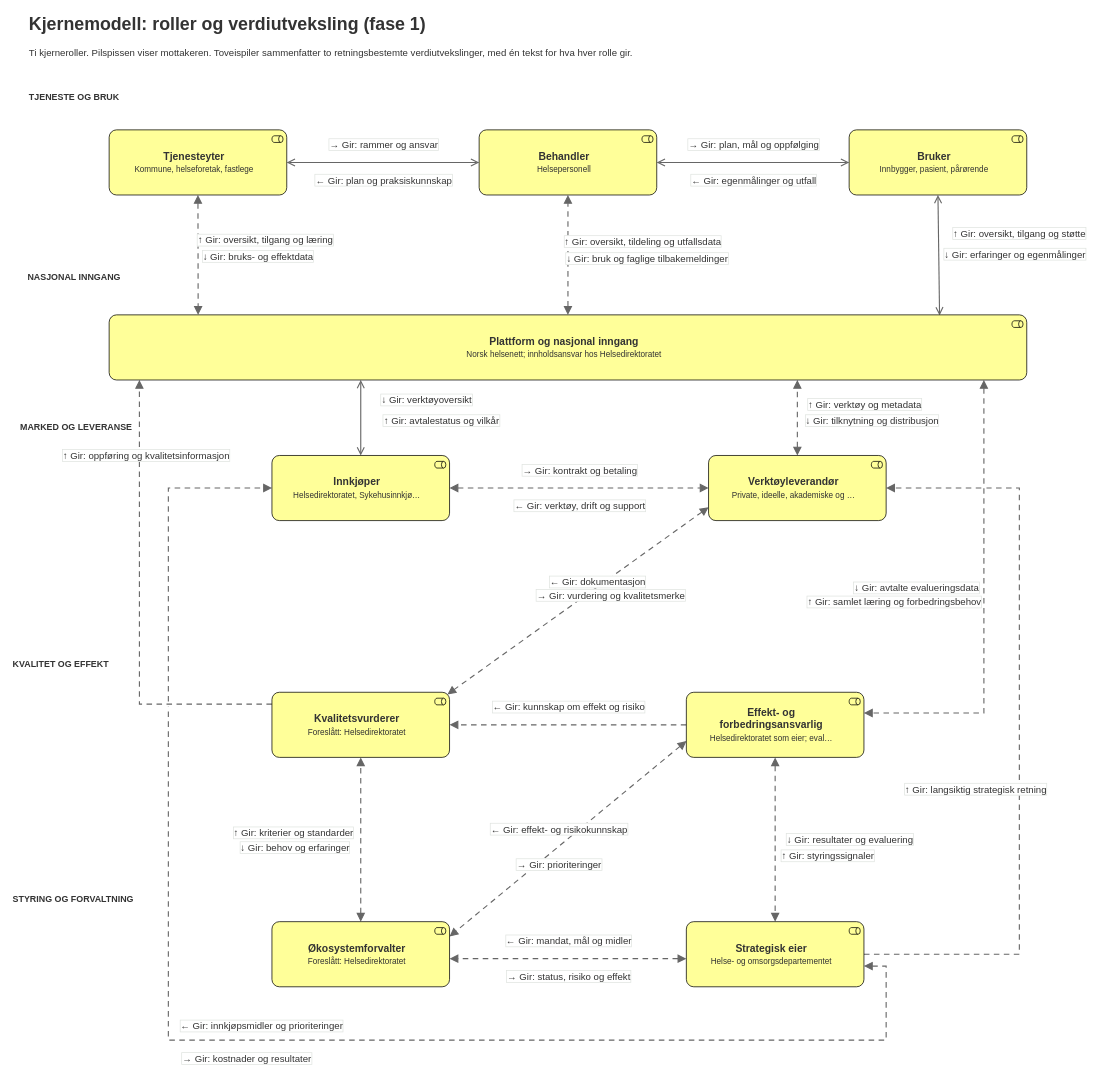
Before: docs/business/marked-roller-ansvar-2b-kjernemodell.drawio in hdir/Digital-Forstelinje, a draw.io diagram. Source tidied: cells renumbered, new cells numbered last; positions are measured from the earlier drawing's top-left corner, leaving out a move shared by most shapes. Both pictures are drawn from the tidied source at 74%, with x=0, y=0 at pixel (13, 13).
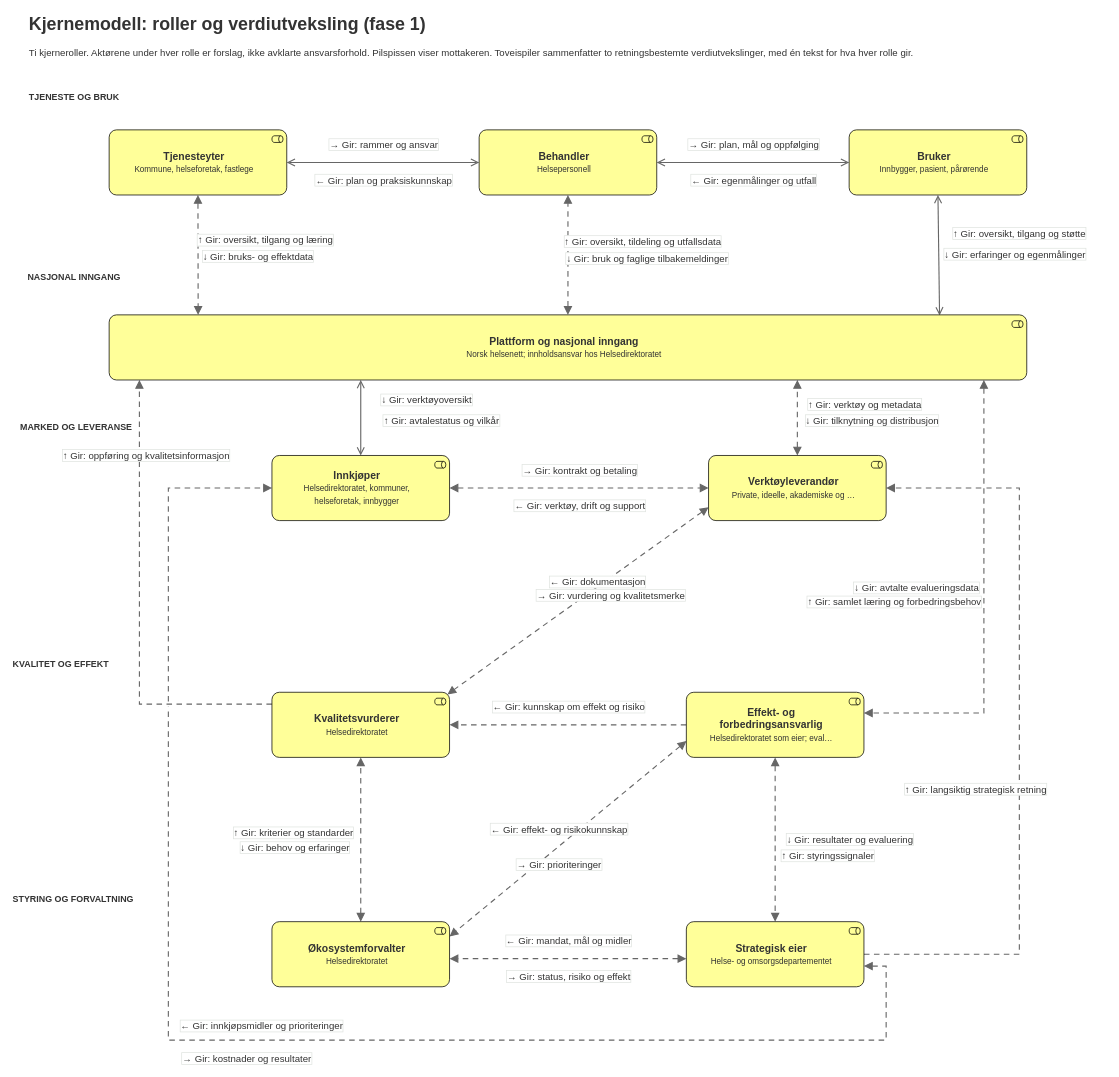
The same diagram, later.

The edit, as a diff of the source:
```diff
@@
-    <mxCell id="3" value="Ti kjerneroller. Pilspissen viser mottakeren. Toveispiler sammenfatter to retningsbestemte verdiutvekslinger, med én tekst for hva hver rolle gir." style="text;html=1;whiteSpace=wrap;align=left;verticalAlign=middle;fontColor=#333333;fontFamily=Arial;fontSize=13;fontStyle=0;spacing=0;" parent="1" vertex="1">
+    <mxCell id="3" value="Ti kjerneroller. Aktørene under hver rolle er forslag, ikke avklarte ansvarsforhold. Pilspissen viser mottakeren. Toveispiler sammenfatter to retningsbestemte verdiutvekslinger, med én tekst for hva hver rolle gir." style="text;html=1;whiteSpace=wrap;align=left;verticalAlign=middle;fontColor=#333333;fontFamily=Arial;fontSize=13;fontStyle=0;spacing=0;" parent="1" vertex="1">
       <mxGeometry x="22" y="38" width="1456" height="30" as="geometry" />
     </mxCell>
@@
-    <mxCell id="64" value="Innkjøper&lt;br&gt;&lt;span style=&quot;font-size:11px;font-weight:normal&quot;&gt;Helsedirektoratet, Sykehusinnkjø…&lt;/span&gt;" style="html=1;outlineConnect=0;whiteSpace=wrap;fillColor=#ffff99;fontColor=#333333;fontFamily=Arial;fontSize=14;fontStyle=1;align=center;verticalAlign=middle;spacingLeft=10;spacingRight=20;shape=mxgraph.archimate3.application;appType=role;archiType=rounded;" parent="1" vertex="1">
+    <mxCell id="64" value="Innkjøper&lt;br&gt;&lt;span style=&quot;font-size:11px;font-weight:normal&quot;&gt;Helsedirektoratet, kommuner,&lt;br&gt;helseforetak, innbygger&lt;/span&gt;" style="html=1;outlineConnect=0;whiteSpace=wrap;fillColor=#ffff99;fontColor=#333333;fontFamily=Arial;fontSize=14;fontStyle=1;align=center;verticalAlign=middle;spacingLeft=10;spacingRight=20;shape=mxgraph.archimate3.application;appType=role;archiType=rounded;" parent="1" vertex="1">
       <mxGeometry x="350" y="598" width="240" height="88" as="geometry" />
     </mxCell>
@@
-    <mxCell id="66" value="Kvalitetsvurderer&lt;br&gt;&lt;span style=&quot;font-size:11px;font-weight:normal&quot;&gt;Foreslått: Helsedirektoratet&lt;/span&gt;" style="html=1;outlineConnect=0;whiteSpace=wrap;fillColor=#ffff99;fontColor=#333333;fontFamily=Arial;fontSize=14;fontStyle=1;align=center;verticalAlign=middle;spacingLeft=10;spacingRight=20;shape=mxgraph.archimate3.application;appType=role;archiType=rounded;" parent="1" vertex="1">
+    <mxCell id="66" value="Kvalitetsvurderer&lt;br&gt;&lt;span style=&quot;font-size:11px;font-weight:normal&quot;&gt;Helsedirektoratet&lt;/span&gt;" style="html=1;outlineConnect=0;whiteSpace=wrap;fillColor=#ffff99;fontColor=#333333;fontFamily=Arial;fontSize=14;fontStyle=1;align=center;verticalAlign=middle;spacingLeft=10;spacingRight=20;shape=mxgraph.archimate3.application;appType=role;archiType=rounded;" parent="1" vertex="1">
       <mxGeometry x="350" y="918" width="240" height="88" as="geometry" />
     </mxCell>
@@
-    <mxCell id="68" value="Økosystemforvalter&lt;br&gt;&lt;span style=&quot;font-size:11px;font-weight:normal&quot;&gt;Foreslått: Helsedirektoratet&lt;/span&gt;" style="html=1;outlineConnect=0;whiteSpace=wrap;fillColor=#ffff99;fontColor=#333333;fontFamily=Arial;fontSize=14;fontStyle=1;align=center;verticalAlign=middle;spacingLeft=10;spacingRight=20;shape=mxgraph.archimate3.application;appType=role;archiType=rounded;" parent="1" vertex="1">
+    <mxCell id="68" value="Økosystemforvalter&lt;br&gt;&lt;span style=&quot;font-size:11px;font-weight:normal&quot;&gt;Helsedirektoratet&lt;/span&gt;" style="html=1;outlineConnect=0;whiteSpace=wrap;fillColor=#ffff99;fontColor=#333333;fontFamily=Arial;fontSize=14;fontStyle=1;align=center;verticalAlign=middle;spacingLeft=10;spacingRight=20;shape=mxgraph.archimate3.application;appType=role;archiType=rounded;" parent="1" vertex="1">
       <mxGeometry x="350" y="1228" width="240" height="88" as="geometry" />
     </mxCell>
```
